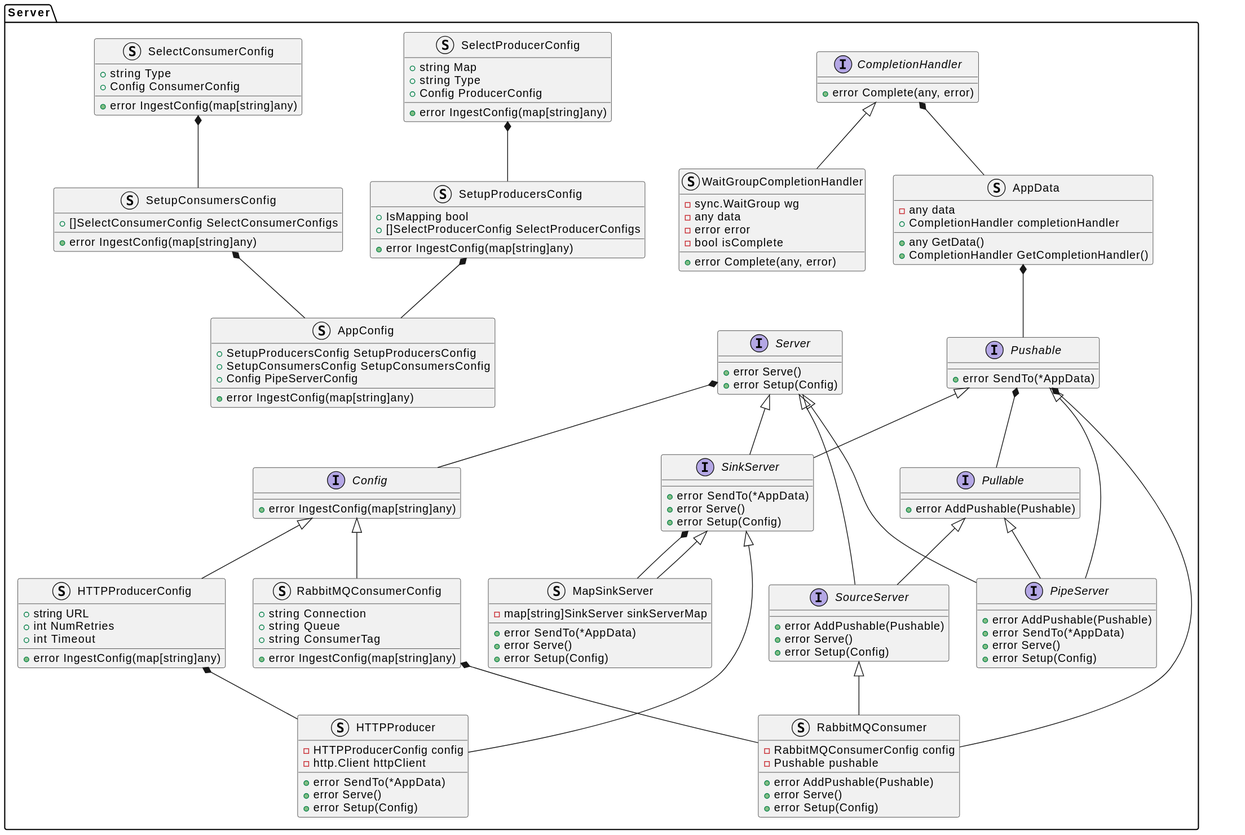
Above: docs/design_notes/DN1_JSON_Extractor/class_diagram.svg in xtuml/otel2pv (PlantUML), before the change.
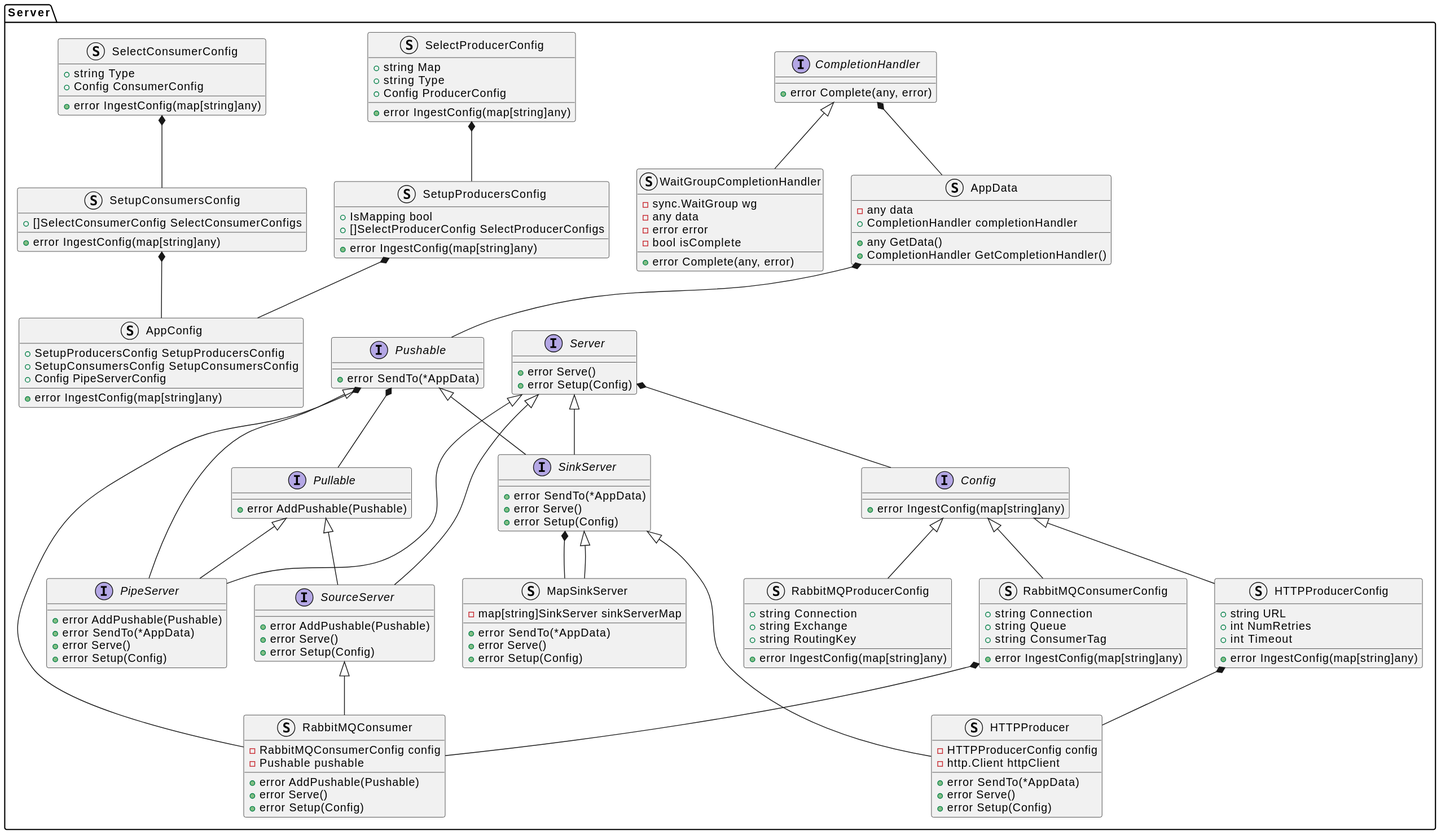
After the change.

Commit message:
Cdsopv 72 create config type for message broker producer (#48)

What changed in the source:
```diff
@@ -71,6 +71,12 @@
         +int Timeout
         +error IngestConfig(map[string]any)
     }
+    struct RabbitMQProducerConfig {
+        +string Connection
+        +string Exchange
+        +string RoutingKey
+        +error IngestConfig(map[string]any)
+    }
     struct RabbitMQConsumerConfig {
         +string Connection
         +string Queue
@@ -125,6 +131,7 @@
 
 Server.Server *-- Server.Config
 Server.Config <|-- Server.HTTPProducerConfig
+Server.Config <|-- Server.RabbitMQProducerConfig
 Server.Config <|-- Server.RabbitMQConsumerConfig
 Server.SetupProducersConfig *-- Server.AppConfig
 Server.SetupConsumersConfig *-- Server.AppConfig
```
